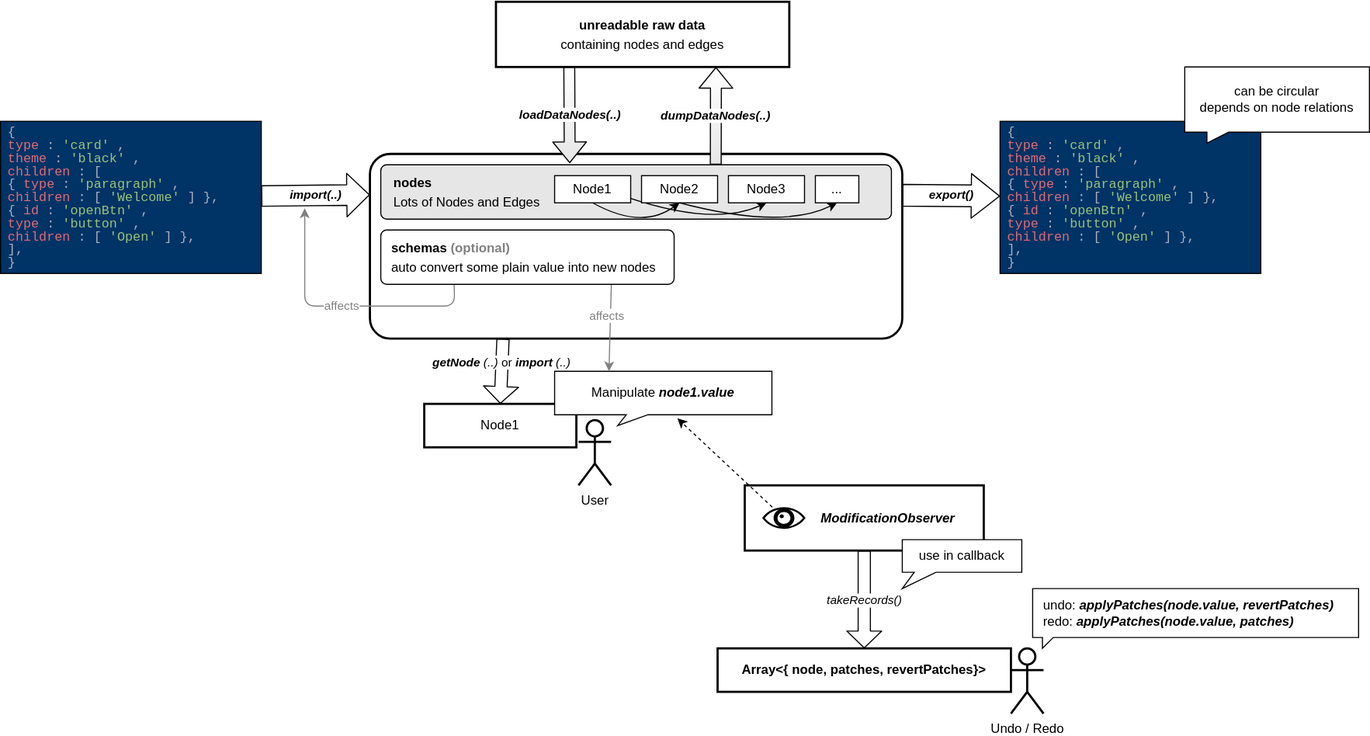
The draw.io diagram images/concept.drawio.svg in lyonbot/linked-data, before a commit. Source tidied: cells renumbered, new cells last; positions are measured from the earlier drawing's top-left corner, leaving out a move shared by most shapes.
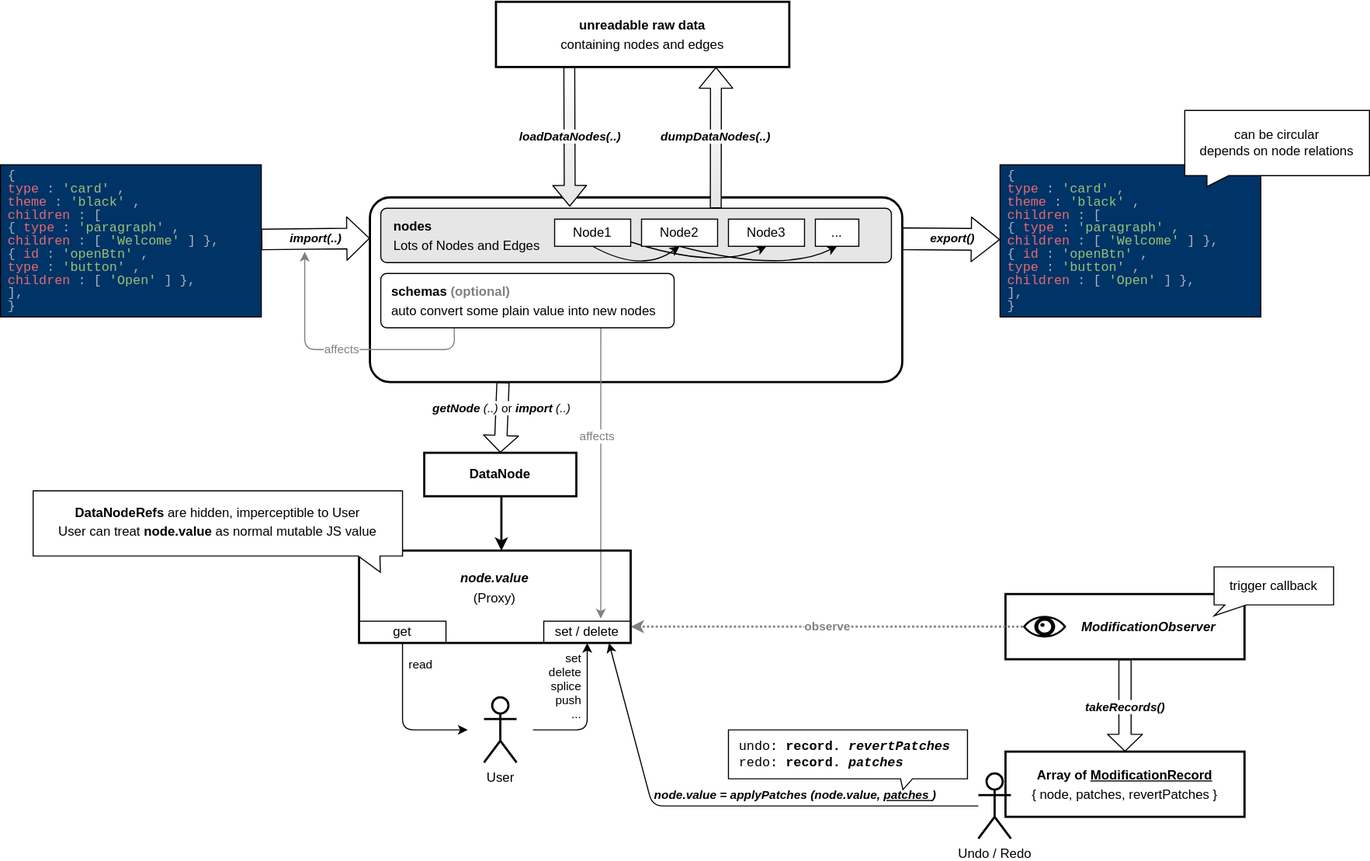
After the commit.

What changed in the source:
```diff
@@ -19,22 +19,30 @@
       <mxGeometry y="110" width="240" height="140" as="geometry" />
     </mxCell>
     <mxCell id="6" value="&lt;p style=&quot;line-height: 1.5&quot;&gt;&lt;b&gt;unreadable raw data&lt;/b&gt;&lt;br&gt;containing nodes and edges&lt;/p&gt;" style="rounded=0;whiteSpace=wrap;html=1;labelBackgroundColor=none;fillColor=none;strokeWidth=2;" parent="1" vertex="1">
-      <mxGeometry x="456" width="270" height="60" as="geometry" />
+      <mxGeometry x="456" y="-40" width="270" height="60" as="geometry" />
     </mxCell>
+    <mxCell id="36" value="set&lt;br&gt;delete&lt;br&gt;splice&lt;br&gt;push&lt;br&gt;..." style="edgeStyle=orthogonalEdgeStyle;html=1;entryX=0.5;entryY=1;entryDx=0;entryDy=0;elbow=vertical;align=right;labelPosition=left;verticalLabelPosition=middle;verticalAlign=middle;spacing=6;" parent="1" edge="1" target="43">
+      <mxGeometry x="0.38" relative="1" as="geometry">
+        <mxPoint x="490" y="630" as="sourcePoint" />
+        <Array as="points">
+          <mxPoint x="540" y="630" />
+        </Array>
+      </mxGeometry>
+    </mxCell>
     <mxCell id="7" value="User" style="shape=umlActor;verticalLabelPosition=bottom;verticalAlign=top;html=1;rounded=1;shadow=0;labelBackgroundColor=none;sketch=0;strokeColor=default;strokeWidth=2;fillColor=none;" parent="1" vertex="1">
-      <mxGeometry x="532" y="385" width="30" height="60" as="geometry" />
+      <mxGeometry x="445" y="600" width="30" height="60" as="geometry" />
     </mxCell>
+    <mxCell id="37" style="edgeStyle=elbowEdgeStyle;html=1;strokeWidth=2;" parent="1" edge="1" source="8" target="41">
+      <mxGeometry relative="1" as="geometry" />
+    </mxCell>
-    <mxCell id="8" value="&lt;span&gt;Node1&lt;/span&gt;" style="rounded=0;whiteSpace=wrap;html=1;shadow=0;labelBackgroundColor=none;sketch=0;strokeColor=default;strokeWidth=2;fillColor=none;fontStyle=0;" parent="1" vertex="1">
-      <mxGeometry x="390" y="370" width="140" height="40" as="geometry" />
+    <mxCell id="8" value="&lt;span&gt;DataNode&lt;/span&gt;" style="rounded=0;whiteSpace=wrap;html=1;shadow=0;labelBackgroundColor=none;sketch=0;strokeColor=default;strokeWidth=2;fillColor=none;fontStyle=1;" parent="1" vertex="1">
+      <mxGeometry x="390" y="375" width="140" height="40" as="geometry" />
     </mxCell>
     <mxCell id="9" value="&lt;b&gt;getNode&lt;/b&gt;(..) &lt;span style=&quot;font-style: normal&quot;&gt;or&amp;nbsp;&lt;/span&gt;&lt;b&gt;import&lt;/b&gt;(..)" style="shape=flexArrow;endArrow=classic;html=1;exitX=0.25;exitY=1;exitDx=0;exitDy=0;entryX=0.5;entryY=0;entryDx=0;entryDy=0;width=11.267605633802818;endSize=4.8;fontStyle=2;" parent="1" edge="1" source="2" target="8">
       <mxGeometry x="-0.25" y="-1" relative="1" as="geometry" />
     </mxCell>
-    <mxCell id="10" value="Manipulate &lt;i&gt;&lt;b&gt;node1.value&lt;/b&gt;&lt;/i&gt;" style="shape=callout;whiteSpace=wrap;html=1;perimeter=calloutPerimeter;strokeWidth=1;size=10;position=0.33;position2=0.29;" parent="1" vertex="1">
-      <mxGeometry x="510" y="340" width="200" height="50" as="geometry" />
-    </mxCell>
     <mxCell id="11" value="&lt;p style=&quot;line-height: 1.5&quot;&gt;&lt;b&gt;&lt;i&gt;ModificationObserver&lt;/i&gt;&lt;/b&gt;&lt;br&gt;&lt;/p&gt;" style="rounded=0;whiteSpace=wrap;html=1;shadow=0;labelBackgroundColor=none;sketch=0;strokeColor=default;strokeWidth=2;fillColor=none;spacingLeft=44;" parent="1" vertex="1">
-      <mxGeometry x="685" y="445" width="220" height="60" as="geometry" />
+      <mxGeometry x="925" y="505" width="220" height="60" as="geometry" />
     </mxCell>
     <mxCell id="12" value="&lt;div style=&quot;font-family: &amp;#34;menlo&amp;#34; , &amp;#34;monaco&amp;#34; , &amp;#34;courier new&amp;#34; , monospace ; font-weight: normal ; font-size: 12px ; line-height: 1em&quot;&gt;&lt;div style=&quot;color: rgb(171 , 178 , 191) ; font-size: 12px&quot;&gt;&lt;span style=&quot;color: rgb(171 , 178 , 191) ; font-size: 12px&quot;&gt;{&lt;/span&gt;&lt;/div&gt;&lt;div style=&quot;color: rgb(171 , 178 , 191) ; font-size: 12px&quot;&gt;&lt;span style=&quot;color: rgb(171 , 178 , 191) ; font-size: 12px&quot;&gt;&lt;/span&gt;&lt;span style=&quot;color: rgb(224 , 108 , 117) ; font-size: 12px&quot;&gt;&amp;nbsp; type&lt;/span&gt;&lt;span style=&quot;color: rgb(171 , 178 , 191) ; font-size: 12px&quot;&gt;: &lt;/span&gt;&lt;span style=&quot;color: rgb(152 , 195 , 121) ; font-size: 12px&quot;&gt;'card'&lt;/span&gt;&lt;span style=&quot;color: rgb(171 , 178 , 191) ; font-size: 12px&quot;&gt;,&lt;/span&gt;&lt;/div&gt;&lt;div style=&quot;color: rgb(171 , 178 , 191) ; font-size: 12px&quot;&gt;&lt;span style=&quot;color: rgb(171 , 178 , 191) ; font-size: 12px&quot;&gt;&lt;/span&gt;&lt;span style=&quot;color: rgb(224 , 108 , 117) ; font-size: 12px&quot;&gt;&amp;nbsp; theme&lt;/span&gt;&lt;span style=&quot;color: rgb(171 , 178 , 191) ; font-size: 12px&quot;&gt;: &lt;/span&gt;&lt;span style=&quot;color: rgb(152 , 195 , 121) ; font-size: 12px&quot;&gt;'black'&lt;/span&gt;&lt;span style=&quot;color: rgb(171 , 178 , 191) ; font-size: 12px&quot;&gt;,&lt;/span&gt;&lt;/div&gt;&lt;div style=&quot;color: rgb(171 , 178 , 191) ; font-size: 12px&quot;&gt;&lt;span style=&quot;color: rgb(171 , 178 , 191) ; font-size: 12px&quot;&gt;&lt;/span&gt;&lt;span style=&quot;color: rgb(224 , 108 , 117) ; font-size: 12px&quot;&gt;&amp;nbsp; children&lt;/span&gt;&lt;span style=&quot;color: rgb(171 , 178 , 191) ; font-size: 12px&quot;&gt;: [&lt;/span&gt;&lt;/div&gt;&lt;div style=&quot;color: rgb(171 , 178 , 191) ; font-size: 12px&quot;&gt;&lt;span style=&quot;color: rgb(171 , 178 , 191) ; font-size: 12px&quot;&gt;&amp;nbsp; &amp;nbsp; { &lt;/span&gt;&lt;span style=&quot;color: rgb(224 , 108 , 117) ; font-size: 12px&quot;&gt;type&lt;/span&gt;&lt;span style=&quot;color: rgb(171 , 178 , 191) ; font-size: 12px&quot;&gt;: &lt;/span&gt;&lt;span style=&quot;color: rgb(152 , 195 , 121) ; font-size: 12px&quot;&gt;'paragraph'&lt;/span&gt;&lt;span style=&quot;color: rgb(171 , 178 , 191) ; font-size: 12px&quot;&gt;,&lt;/span&gt;&lt;/div&gt;&lt;div style=&quot;color: rgb(171 , 178 , 191) ; font-size: 12px&quot;&gt;&lt;span style=&quot;color: rgb(171 , 178 , 191) ; font-size: 12px&quot;&gt;&lt;/span&gt;&lt;span style=&quot;color: rgb(224 , 108 , 117) ; font-size: 12px&quot;&gt;&amp;nbsp; &amp;nbsp; &amp;nbsp; children&lt;/span&gt;&lt;span style=&quot;color: rgb(171 , 178 , 191) ; font-size: 12px&quot;&gt;: [&lt;/span&gt;&lt;span style=&quot;color: rgb(152 , 195 , 121) ; font-size: 12px&quot;&gt;'Welcome'&lt;/span&gt;&lt;span style=&quot;color: rgb(171 , 178 , 191) ; font-size: 12px&quot;&gt;] },&lt;/span&gt;&lt;/div&gt;&lt;div style=&quot;color: rgb(171 , 178 , 191) ; font-size: 12px&quot;&gt;&lt;span style=&quot;color: rgb(171 , 178 , 191) ; font-size: 12px&quot;&gt;&amp;nbsp; &amp;nbsp; { &lt;/span&gt;&lt;span style=&quot;color: rgb(224 , 108 , 117) ; font-size: 12px&quot;&gt;id&lt;/span&gt;&lt;span style=&quot;color: rgb(171 , 178 , 191) ; font-size: 12px&quot;&gt;: &lt;/span&gt;&lt;span style=&quot;color: rgb(152 , 195 , 121) ; font-size: 12px&quot;&gt;'openBtn'&lt;/span&gt;&lt;span style=&quot;color: rgb(171 , 178 , 191) ; font-size: 12px&quot;&gt;,&amp;nbsp;&lt;/span&gt;&lt;/div&gt;&lt;div style=&quot;color: rgb(171 , 178 , 191) ; font-size: 12px&quot;&gt;&lt;span style=&quot;color: rgb(224 , 108 , 117) ; font-size: 12px&quot;&gt;&amp;nbsp; &amp;nbsp; &amp;nbsp; type&lt;/span&gt;&lt;span style=&quot;color: rgb(171 , 178 , 191) ; font-size: 12px&quot;&gt;: &lt;/span&gt;&lt;span style=&quot;color: rgb(152 , 195 , 121) ; font-size: 12px&quot;&gt;'button'&lt;/span&gt;&lt;span style=&quot;color: rgb(171 , 178 , 191) ; font-size: 12px&quot;&gt;,&lt;/span&gt;&lt;/div&gt;&lt;div style=&quot;font-size: 12px&quot;&gt;&lt;span style=&quot;font-size: 12px&quot;&gt;&lt;font color=&quot;#abb2bf&quot;&gt;&amp;nbsp; &amp;nbsp; &amp;nbsp;&amp;nbsp;&lt;/font&gt;&lt;/span&gt;&lt;span style=&quot;color: rgb(224 , 108 , 117) ; font-size: 12px&quot;&gt;children&lt;/span&gt;&lt;span style=&quot;color: rgb(171 , 178 , 191) ; font-size: 12px&quot;&gt;: [&lt;/span&gt;&lt;span style=&quot;color: rgb(152 , 195 , 121) ; font-size: 12px&quot;&gt;'Open'&lt;/span&gt;&lt;span style=&quot;color: rgb(171 , 178 , 191) ; font-size: 12px&quot;&gt;] },&lt;/span&gt;&lt;/div&gt;&lt;div style=&quot;color: rgb(171 , 178 , 191) ; font-size: 12px&quot;&gt;&lt;span style=&quot;color: rgb(171 , 178 , 191) ; font-size: 12px&quot;&gt;&amp;nbsp; ],&lt;/span&gt;&lt;/div&gt;&lt;div style=&quot;color: rgb(171 , 178 , 191) ; font-size: 12px&quot;&gt;&lt;span style=&quot;color: rgb(171 , 178 , 191) ; font-size: 12px&quot;&gt;}&lt;/span&gt;&lt;/div&gt;&lt;/div&gt;" style="rounded=0;whiteSpace=wrap;html=1;align=left;labelBackgroundColor=none;fillColor=#003366;fontSize=12;spacingLeft=5;" parent="1" vertex="1">
       <mxGeometry x="920" y="110" width="240" height="140" as="geometry" />
@@ -88,7 +96,7 @@
     <mxCell id="24" value="&lt;span style=&quot;line-height: 1.5&quot;&gt;&lt;b&gt;nodes&lt;/b&gt;&lt;br&gt;Lots of Nodes and Edges&lt;/span&gt;" style="text;html=1;align=left;verticalAlign=middle;strokeColor=none;fillColor=none;" parent="15" vertex="1">
       <mxGeometry x="10" y="5" width="150" height="40" as="geometry" />
     </mxCell>
-    <mxCell id="25" value="affects" style="html=1;entryX=0.25;entryY=0;entryDx=0;entryDy=0;entryPerimeter=0;fontColor=#808080;exitX=0.786;exitY=0.99;exitDx=0;exitDy=0;strokeColor=#808080;exitPerimeter=0;" parent="1" edge="1" source="27" target="10">
+    <mxCell id="25" value="affects" style="html=1;fontColor=#808080;strokeColor=#808080;exitX=0.75;exitY=1;exitDx=0;exitDy=0;entryX=0.656;entryY=-0.123;entryDx=0;entryDy=0;entryPerimeter=0;" parent="1" edge="1" source="27" target="43">
       <mxGeometry x="-0.26" y="-3" relative="1" as="geometry" />
     </mxCell>
     <mxCell id="26" value="affects" style="edgeStyle=none;html=1;fontColor=#808080;exitX=0.25;exitY=1;exitDx=0;exitDy=0;strokeColor=#808080;" parent="1" edge="1" source="27">
@@ -103,29 +111,56 @@
     <mxCell id="27" value="&lt;p style=&quot;line-height: 1.5&quot;&gt;&lt;b&gt;schemas &lt;font color=&quot;#808080&quot;&gt;(optional)&lt;/font&gt;&lt;/b&gt;&lt;br&gt;auto convert some plain value into new nodes&lt;/p&gt;" style="rounded=1;whiteSpace=wrap;html=1;verticalAlign=middle;strokeWidth=1;arcSize=11;shadow=0;sketch=0;strokeColor=default;fillColor=#FFFFFF;align=left;spacingLeft=8;" parent="1" vertex="1">
       <mxGeometry x="350" y="210" width="270" height="50" as="geometry" />
     </mxCell>
-    <mxCell id="28" style="edgeStyle=none;html=1;entryX=0.565;entryY=0.867;entryDx=0;entryDy=0;dashed=1;strokeColor=default;entryPerimeter=0;" parent="1" edge="1" source="29" target="10">
-      <mxGeometry relative="1" as="geometry" />
-    </mxCell>
+    <mxCell id="38" value="observe" style="html=1;entryX=1;entryY=0.25;entryDx=0;entryDy=0;elbow=vertical;dashed=1;strokeColor=#808080;fontColor=#808080;fontStyle=1;strokeWidth=2;dashPattern=1 1;" parent="1" edge="1" source="29" target="43">
+      <mxGeometry relative="1" as="geometry" />
+    </mxCell>
-    <mxCell id="29" style="shape=mxgraph.signs.healthcare.eye;html=1;fillColor=#000000;strokeColor=none;verticalLabelPosition=bottom;verticalAlign=top;align=center;" parent="1" vertex="1">
-      <mxGeometry x="701" y="465" width="40" height="20" as="geometry" />
+    <mxCell id="29" style="shape=mxgraph.signs.healthcare.eye;html=1;fillColor=#000000;strokeColor=none;verticalLabelPosition=bottom;verticalAlign=top;align=center;flipV=0;" parent="1" vertex="1">
+      <mxGeometry x="941" y="525" width="40" height="20" as="geometry" />
     </mxCell>
-    <mxCell id="30" value="use&lt;b&gt;&lt;i&gt; &lt;/i&gt;&lt;/b&gt;in callback" style="shape=callout;whiteSpace=wrap;html=1;perimeter=calloutPerimeter;strokeWidth=1;size=15;position=0.1;position2=0;base=20;" parent="1" vertex="1">
-      <mxGeometry x="830" y="495" width="110" height="45" as="geometry" />
-    </mxCell>
-    <mxCell id="31" value="&lt;b&gt;Array&amp;lt;{ node,&amp;nbsp;&lt;/b&gt;&lt;b&gt;patches, revertPatches}&amp;gt;&lt;/b&gt;&lt;b&gt;&lt;br&gt;&lt;/b&gt;" style="rounded=0;whiteSpace=wrap;html=1;shadow=0;labelBackgroundColor=none;sketch=0;strokeColor=default;strokeWidth=2;fillColor=none;" parent="1" vertex="1">
-      <mxGeometry x="660" y="595" width="270" height="40" as="geometry" />
+    <mxCell id="31" value="&lt;p style=&quot;line-height: 1.5&quot;&gt;&lt;b&gt;Array of &lt;u&gt;ModificationRecord&lt;/u&gt;&lt;/b&gt;&lt;br&gt;{ node, patches, revertPatches }&lt;br&gt;&lt;/p&gt;" style="rounded=0;whiteSpace=wrap;html=1;shadow=0;labelBackgroundColor=none;sketch=0;strokeColor=default;strokeWidth=2;fillColor=none;" parent="1" vertex="1">
+      <mxGeometry x="925" y="650" width="220" height="60" as="geometry" />
     </mxCell>
-    <mxCell id="32" value="takeRecords()" style="shape=flexArrow;endArrow=classic;html=1;width=11.267605633802818;endSize=4.8;fontStyle=2;" parent="1" edge="1" source="11" target="31">
+    <mxCell id="32" value="takeRecords()" style="shape=flexArrow;endArrow=classic;html=1;width=11.267605633802818;endSize=4.8;fontStyle=3;" parent="1" edge="1" source="11" target="31">
       <mxGeometry x="0.02" relative="1" as="geometry" />
     </mxCell>
+    <mxCell id="39" value="node.value = &lt;span&gt;applyPatches&lt;/span&gt;(node.value, &lt;u&gt;patches&lt;/u&gt;)" style="edgeStyle=none;html=1;entryX=0.75;entryY=1;entryDx=0;entryDy=0;fontColor=default;strokeColor=default;elbow=vertical;labelPosition=right;verticalLabelPosition=middle;align=left;verticalAlign=middle;fontStyle=3;" parent="1" edge="1" source="33" target="43">
+      <mxGeometry x="0.36" y="-3" relative="1" as="geometry">
+        <Array as="points">
+          <mxPoint x="600" y="700" />
+        </Array>
+      </mxGeometry>
+    </mxCell>
-    <mxCell id="33" value="Undo / Redo" style="shape=umlActor;verticalLabelPosition=bottom;verticalAlign=top;html=1;outlineConnect=0;rounded=1;shadow=0;labelBackgroundColor=none;sketch=0;strokeColor=default;strokeWidth=2;fillColor=none;" parent="1" vertex="1">
-      <mxGeometry x="930" y="595" width="30" height="60" as="geometry" />
+    <mxCell id="33" value="Undo / Redo" style="shape=umlActor;verticalLabelPosition=bottom;verticalAlign=top;html=1;outlineConnect=0;rounded=1;shadow=0;labelBackgroundColor=none;sketch=0;strokeColor=default;strokeWidth=2;fillColor=default;" parent="1" vertex="1">
+      <mxGeometry x="900" y="670" width="30" height="60" as="geometry" />
     </mxCell>
-    <mxCell id="34" value="&lt;span&gt;undo:&amp;nbsp;&lt;/span&gt;&lt;b&gt;&lt;i&gt;applyPatches(node.value, revertPatches)&amp;nbsp;&lt;br&gt;&lt;/i&gt;&lt;/b&gt;redo:&amp;nbsp;&lt;b&gt;&lt;i&gt;applyPatches(node.value, patches)&amp;nbsp;&lt;/i&gt;&lt;/b&gt;&lt;b&gt;&lt;i&gt;&lt;br&gt;&lt;/i&gt;&lt;/b&gt;" style="shape=callout;whiteSpace=wrap;html=1;perimeter=calloutPerimeter;strokeWidth=1;size=10;position=0.03;position2=0.03;base=10;align=left;spacingLeft=8;" parent="1" vertex="1">
-      <mxGeometry x="950" y="540" width="300" height="55" as="geometry" />
+    <mxCell id="34" value="undo: &lt;b&gt;record.&lt;/b&gt;&lt;b&gt;&lt;i&gt;revertPatches&amp;nbsp;&lt;br&gt;&lt;/i&gt;&lt;/b&gt;redo:&amp;nbsp;&lt;b&gt;record.&lt;/b&gt;&lt;b&gt;&lt;i&gt;patches&amp;nbsp;&lt;/i&gt;&lt;/b&gt;&lt;b&gt;&lt;i&gt;&lt;br&gt;&lt;/i&gt;&lt;/b&gt;" style="shape=callout;whiteSpace=wrap;html=1;perimeter=calloutPerimeter;strokeWidth=1;size=10;position=0.72;position2=0.73;base=11;align=left;spacingLeft=8;fontFamily=Courier New;" parent="1" vertex="1">
+      <mxGeometry x="670" y="630" width="220" height="55" as="geometry" />
     </mxCell>
     <mxCell id="35" value="can be circular&lt;br&gt;depends on node relations" style="shape=callout;whiteSpace=wrap;html=1;perimeter=calloutPerimeter;strokeWidth=1;size=10;position=0.12;position2=0.12;base=20;" parent="1" vertex="1">
       <mxGeometry x="1090" y="60" width="170" height="70" as="geometry" />
     </mxCell>
+    <mxCell id="40" value="&lt;p style=&quot;line-height: 1.5&quot;&gt;read&lt;/p&gt;" style="edgeStyle=orthogonalEdgeStyle;html=1;exitX=0.5;exitY=1;exitDx=0;exitDy=0;spacing=6;labelPosition=right;verticalLabelPosition=middle;align=left;verticalAlign=middle;elbow=vertical;" parent="1" edge="1" source="42">
+      <mxGeometry x="-0.71" relative="1" as="geometry">
+        <mxPoint x="430" y="630" as="targetPoint" />
+        <Array as="points">
+          <mxPoint x="370" y="630" />
+        </Array>
+      </mxGeometry>
+    </mxCell>
+    <mxCell id="41" value="&lt;span style=&quot;line-height: 1.5&quot;&gt;&lt;i style=&quot;font-weight: bold&quot;&gt;node.value&lt;/i&gt;&lt;br&gt;(Proxy)&lt;br&gt;&lt;br&gt;&lt;/span&gt;" style="rounded=0;whiteSpace=wrap;html=1;shadow=0;labelBackgroundColor=none;sketch=0;strokeColor=default;strokeWidth=2;fillColor=none;fontStyle=0;" parent="1" vertex="1">
+      <mxGeometry x="330" y="465" width="250" height="85" as="geometry" />
+    </mxCell>
+    <mxCell id="42" value="get" style="rounded=0;whiteSpace=wrap;html=1;fillColor=none;" parent="1" vertex="1">
+      <mxGeometry x="330" y="530" width="80" height="20" as="geometry" />
+    </mxCell>
+    <mxCell id="43" value="set / delete" style="rounded=0;whiteSpace=wrap;html=1;fillColor=none;" parent="1" vertex="1">
+      <mxGeometry x="500" y="530" width="80" height="20" as="geometry" />
+    </mxCell>
+    <mxCell id="44" value="trigger callback" style="shape=callout;whiteSpace=wrap;html=1;perimeter=calloutPerimeter;strokeWidth=1;size=10;position=0.09;position2=0;base=20;" parent="1" vertex="1">
+      <mxGeometry x="1117" y="480" width="110" height="45" as="geometry" />
+    </mxCell>
+    <mxCell id="45" value="&lt;p style=&quot;line-height: 1.5&quot;&gt;&lt;/p&gt;&lt;div&gt;&lt;font face=&quot;Helvetica&quot;&gt;&lt;b&gt;DataNodeRefs&lt;/b&gt; are hidden, imperceptible&amp;nbsp;to User&lt;/font&gt;&lt;/div&gt;&lt;div&gt;&lt;font face=&quot;Helvetica&quot; style=&quot;line-height: 1.5&quot;&gt;User can treat &lt;b&gt;node.value&lt;/b&gt; as normal mutable JS value&lt;/font&gt;&lt;/div&gt;&lt;p&gt;&lt;/p&gt;" style="shape=callout;whiteSpace=wrap;html=1;perimeter=calloutPerimeter;fontFamily=Courier New;fontColor=default;fillColor=default;position2=0.94;size=15;position=0.88;" parent="1" vertex="1">
+      <mxGeometry x="30" y="410" width="340" height="75" as="geometry" />
+    </mxCell>
   </root>
 </mxGraphModel>
```
